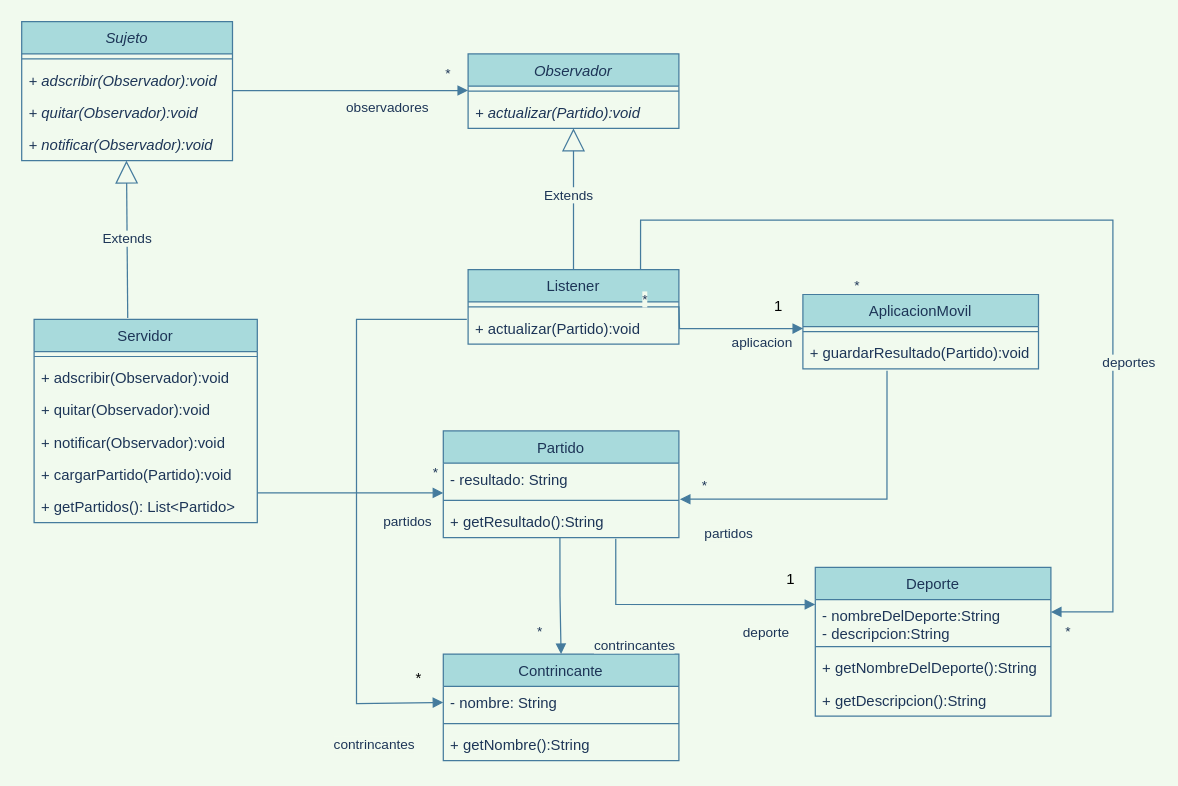
Before: unq-po2-Observer-EncuentrosDeportivos.drawio in nhubczyk/Diagramas-UML, a draw.io diagram. Source tidied: cells renumbered, new cells numbered last; positions are measured from the earlier drawing's top-left corner, leaving out a move shared by most shapes. Both pictures are drawn from the tidied source at 124%, with x=0, y=0 at pixel (21, 21).
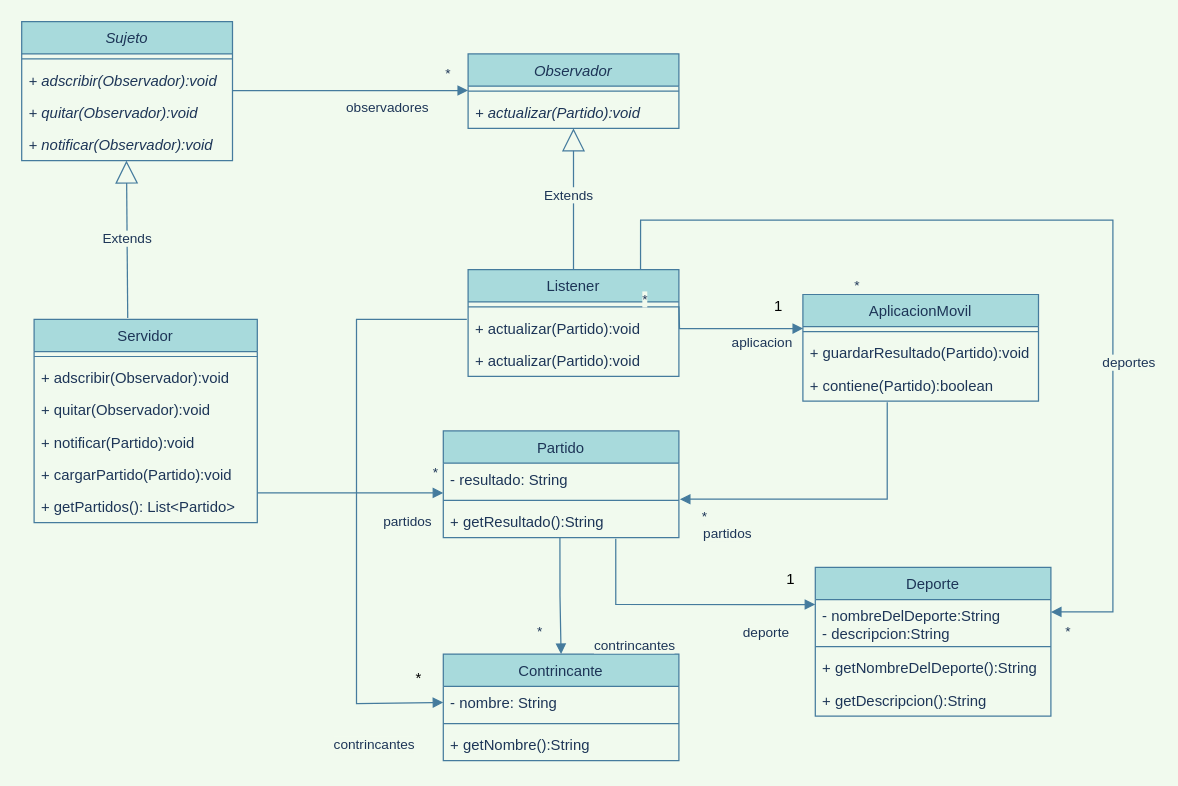
The same diagram, later.

Unchanged cells that the change refers to:
```xml
<mxCell id="7" value="Servidor" style="swimlane;fontStyle=0;align=center;verticalAlign=top;horizontal=1;startSize=26;fillColor=#A8DADC;strokeColor=#457B9D;fontColor=#1D3557;" parent="1" vertex="1">
  <mxGeometry x="10" y="240" width="180" height="164" as="geometry" />
</mxCell>
<mxCell id="27" value="+ getResultado():String" style="text;strokeColor=none;fillColor=none;align=left;verticalAlign=top;spacingLeft=4;spacingRight=4;overflow=hidden;points=[[0,0.5],[1,0.5]];portConstraint=eastwest;fontColor=#1D3557;" parent="24" vertex="1">
  <mxGeometry y="60" width="190" height="26" as="geometry" />
</mxCell>
<mxCell id="40" value="+ guardarResultado(Partido):void" style="text;strokeColor=none;fillColor=none;align=left;verticalAlign=top;spacingLeft=4;spacingRight=4;overflow=hidden;points=[[0,0.5],[1,0.5]];portConstraint=eastwest;fontColor=#1D3557;" parent="38" vertex="1">
  <mxGeometry y="34" width="190" height="26" as="geometry" />
</mxCell>
```

What changed in the source:
```diff
@@
-    <mxCell id="11" value="+ notificar(Observador):void" style="text;strokeColor=none;fillColor=none;align=left;verticalAlign=top;spacingLeft=4;spacingRight=4;overflow=hidden;fontColor=#1D3557;" parent="7" vertex="1">
+    <mxCell id="11" value="+ notificar(Partido):void" style="text;strokeColor=none;fillColor=none;align=left;verticalAlign=top;spacingLeft=4;spacingRight=4;overflow=hidden;fontColor=#1D3557;" parent="7" vertex="1">
       <mxGeometry y="86" width="180" height="26" as="geometry" />
     </mxCell>
@@
     <mxCell id="19" value="Listener" style="swimlane;fontStyle=0;align=center;verticalAlign=top;horizontal=1;startSize=26;fillColor=#A8DADC;strokeColor=#457B9D;fontColor=#1D3557;" parent="1" vertex="1">
-      <mxGeometry x="360" y="200" width="170" height="60" as="geometry" />
+      <mxGeometry x="360" y="200" width="170" height="86" as="geometry" />
     </mxCell>
@@
+    <mxCell id="56" value="+ actualizar(Partido):void" style="text;strokeColor=none;fillColor=none;align=left;verticalAlign=top;spacingLeft=4;spacingRight=4;overflow=hidden;fontColor=#1D3557;" parent="19" vertex="1">
+      <mxGeometry y="60" width="170" height="26" as="geometry" />
+    </mxCell>
@@
-    <mxCell id="30" value="partidos" style="endArrow=block;endFill=1;html=1;edgeStyle=orthogonalEdgeStyle;align=left;verticalAlign=top;rounded=0;entryX=1.004;entryY=-0.188;entryDx=0;entryDy=0;labelBackgroundColor=#F1FAEE;strokeColor=#457B9D;fontColor=#1D3557;entryPerimeter=0;exitX=0.357;exitY=1.061;exitDx=0;exitDy=0;exitPerimeter=0;" parent="1" edge="1" source="40" target="27">
+    <mxCell id="30" value="partidos" style="endArrow=block;endFill=1;html=1;edgeStyle=orthogonalEdgeStyle;align=left;verticalAlign=top;rounded=0;entryX=1.004;entryY=-0.188;entryDx=0;entryDy=0;labelBackgroundColor=#F1FAEE;strokeColor=#457B9D;fontColor=#1D3557;entryPerimeter=0;exitX=0.358;exitY=1.038;exitDx=0;exitDy=0;exitPerimeter=0;" parent="1" edge="1" source="57" target="27">
       <mxGeometry x="0.86" y="15" relative="1" as="geometry">
         <Array as="points">
           <mxPoint x="698" y="385" />
         </Array>
       </mxGeometry>
     </mxCell>
@@
     <mxCell id="38" value="AplicacionMovil" style="swimlane;fontStyle=0;align=center;verticalAlign=top;horizontal=1;startSize=26;fillColor=#A8DADC;strokeColor=#457B9D;fontColor=#1D3557;" parent="1" vertex="1">
-      <mxGeometry x="630" y="220" width="190" height="60" as="geometry" />
+      <mxGeometry x="630" y="220" width="190" height="86" as="geometry" />
     </mxCell>
@@
+    <mxCell id="57" value="+ contiene(Partido):boolean" style="text;strokeColor=none;fillColor=none;align=left;verticalAlign=top;spacingLeft=4;spacingRight=4;overflow=hidden;points=[[0,0.5],[1,0.5]];portConstraint=eastwest;fontColor=#1D3557;" parent="38" vertex="1">
+      <mxGeometry y="60" width="190" height="26" as="geometry" />
+    </mxCell>
```
